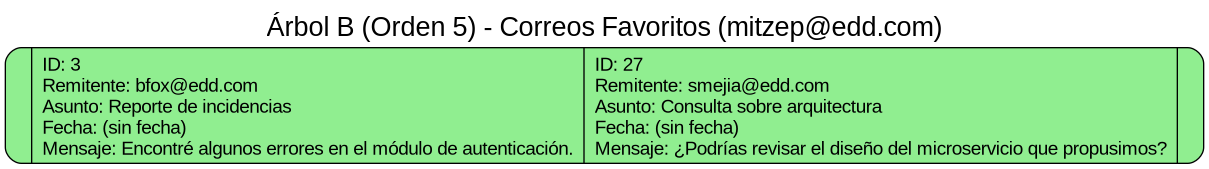
The Graphviz diagram Fase3/src/Reportes/Usuario-Reportes/mitzep@edd.com/favoritos_btree.png in ChristianChinchilla/-EDD-2S2025_202308227, before a commit. Its source is kept beside it as Fase3/src/Reportes/Usuario-Reportes/mitzep@edd.com/favoritos_btree.dot.
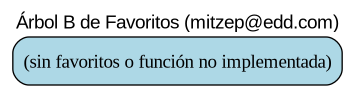
Later version of the same file.

Diff of the diagram source:
```diff
@@ -1,6 +1,7 @@
 digraph G {
+  rankdir=TB;
   graph [fontname="Helvetica"];
-  node  [shape=record, style="rounded,filled", fillcolor="lightgreen", fontname="Helvetica"];
-  label="Árbol B (Orden 5) - Correos Favoritos (mitzep@edd.com)"; labelloc=t; fontsize=20;
-  root [label="|{ID: 3\lRemitente: bfox@edd.com\lAsunto: Reporte de incidencias\lFecha: (sin fecha)\lMensaje: Encontré algunos errores en el módulo de autenticación.\l}|{ID: 27\lRemitente: smejia@edd.com\lAsunto: Consulta sobre arquitectura\lFecha: (sin fecha)\lMensaje: ¿Podrías revisar el diseño del microservicio que propusimos?\l}|"];
+  label="Árbol B de Favoritos (mitzep@edd.com)"; labelloc=t;
+  node [shape=box, style="rounded,filled", fillcolor="lightblue"];
+  Empty [label="(sin favoritos o función no implementada)"];
 }
```
